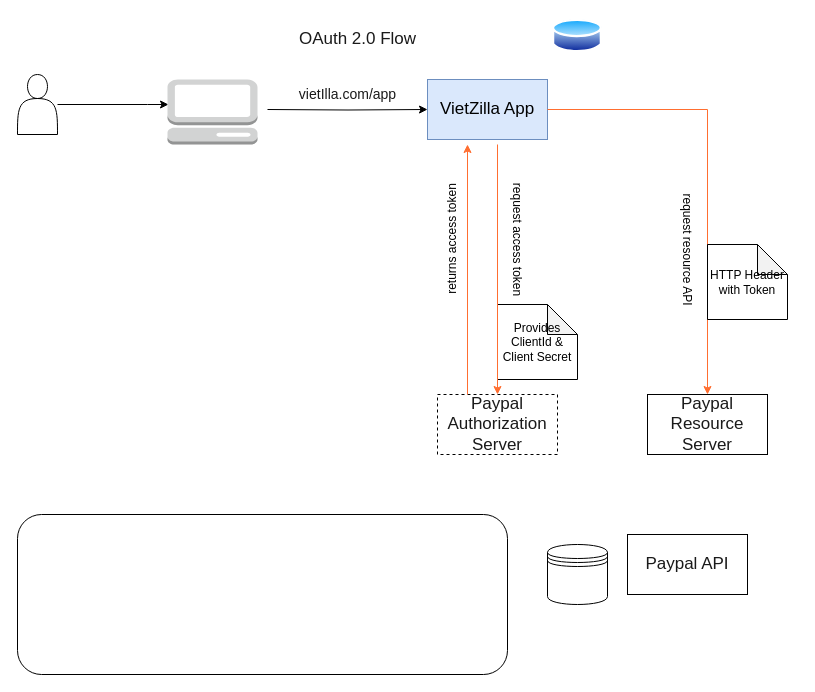
Earlier version of the draw.io diagram draw-io/OAuth_VietZilla.drawio (vietzilla/docuviet). Source tidied: cells renumbered, new cells numbered last; positions are measured from the earlier drawing's top-left corner, leaving out a move shared by most shapes. Both pictures are drawn from the tidied source at 100%, with x=0, y=0 at pixel (17, 17).
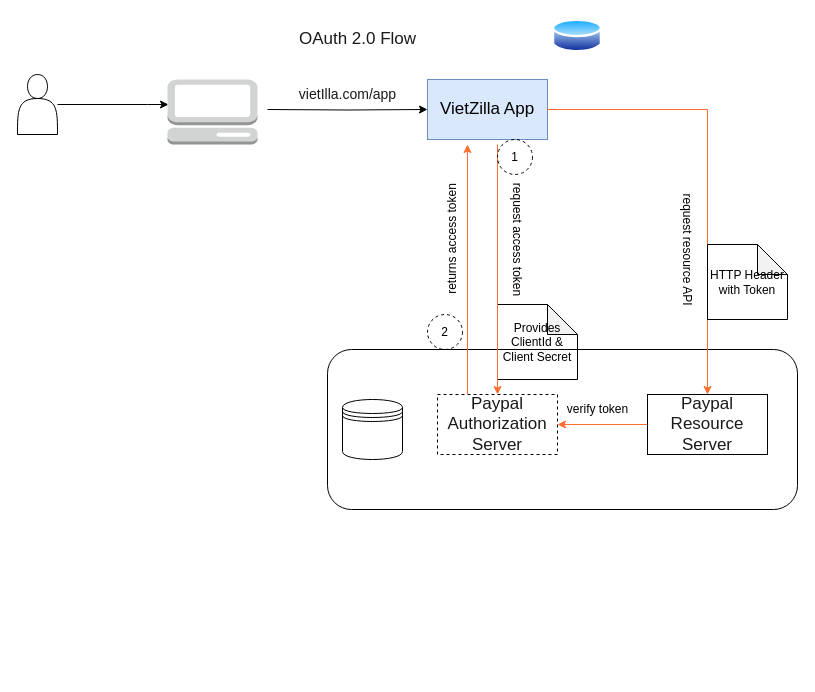
After the change.

The change refers to these unchanged cells:
```xml
<mxCell id="3" value="Paypal Authorization&lt;br&gt;Server" style="whiteSpace=wrap;html=1;fontSize=17;fontColor=#1A1A1A;dashed=1;" parent="1" vertex="1">
  <mxGeometry x="420" y="377" width="120" height="60" as="geometry" />
</mxCell>
<mxCell id="15" value="Paypal Resource&lt;br&gt;Server" style="whiteSpace=wrap;html=1;fontSize=17;fontColor=#1A1A1A;" parent="1" vertex="1">
  <mxGeometry x="630" y="377" width="120" height="60" as="geometry" />
</mxCell>
```

Diff of the diagram source:
```diff
@@
     <mxCell id="9" style="rounded=1;whiteSpace=wrap;html=1;fontSize=14;fontColor=#1A1A1A;fillColor=none;gradientColor=#ffffff;glass=0;" parent="1" vertex="1">
-      <mxGeometry y="497" width="490" height="160" as="geometry" />
+      <mxGeometry x="310" y="332" width="470" height="160" as="geometry" />
     </mxCell>
@@
     <mxCell id="11" style="shape=datastore;whiteSpace=wrap;html=1;rounded=1;glass=0;fillColor=none;" parent="1" vertex="1">
-      <mxGeometry x="530" y="527" width="60" height="60" as="geometry" />
+      <mxGeometry x="325" y="382" width="60" height="60" as="geometry" />
     </mxCell>
@@
-    <mxCell id="13" value="Paypal API" style="whiteSpace=wrap;html=1;fontSize=17;fontColor=#1A1A1A;" parent="1" vertex="1">
-      <mxGeometry x="610" y="517" width="120" height="60" as="geometry" />
-    </mxCell>
@@
+    <mxCell id="23" style="edgeStyle=orthogonalEdgeStyle;rounded=0;jettySize=auto;html=1;entryX=1;entryY=0.5;entryDx=0;entryDy=0;strokeColor=#FF6E30;" parent="1" edge="1" source="15" target="3">
+      <mxGeometry relative="1" as="geometry" />
+    </mxCell>
@@
+    <mxCell id="24" value="1" style="ellipse;whiteSpace=wrap;html=1;rounded=1;glass=0;dashed=1;fillColor=none;" parent="1" vertex="1">
+      <mxGeometry x="480" y="122" width="35" height="35" as="geometry" />
+    </mxCell>
+    <mxCell id="25" value="2" style="ellipse;whiteSpace=wrap;html=1;rounded=1;glass=0;dashed=1;fillColor=none;" parent="1" vertex="1">
+      <mxGeometry x="410" y="297" width="35" height="35" as="geometry" />
+    </mxCell>
+    <mxCell id="26" value="verify token" style="text;html=1;align=center;verticalAlign=middle;strokeColor=none;fillColor=none;" parent="1" vertex="1">
+      <mxGeometry x="540" y="377" width="80" height="30" as="geometry" />
+    </mxCell>
```
